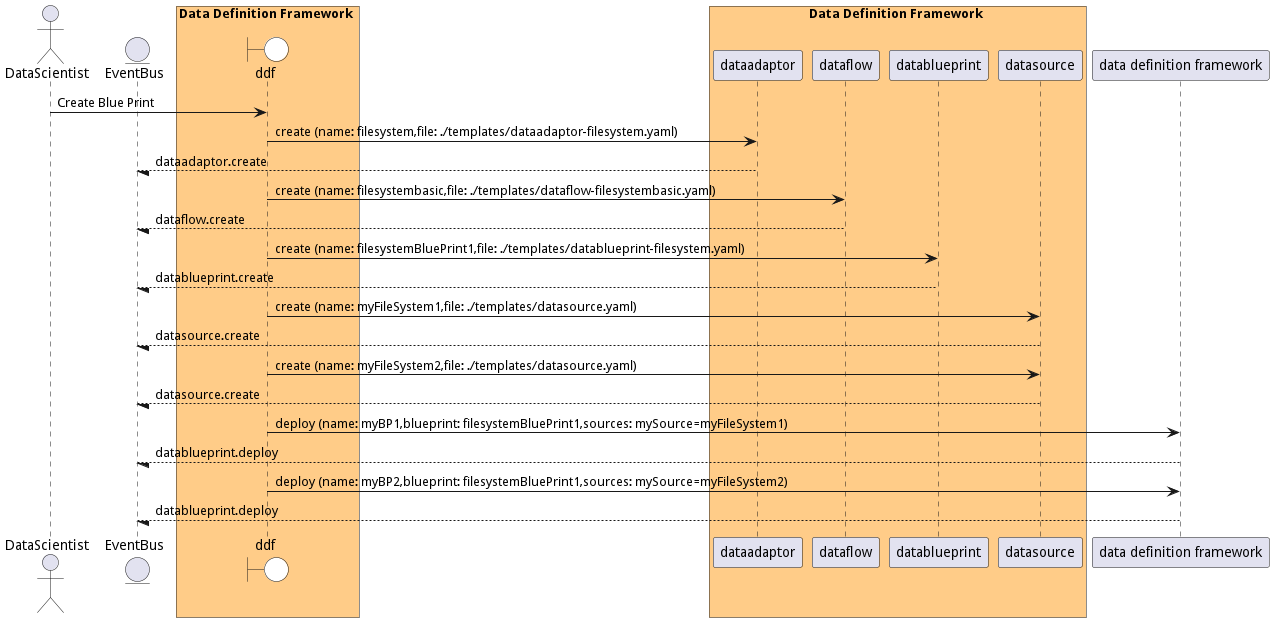
The PlantUML diagram docs/edgemere/diml/ddf/usecases/managedatablueprints/CreateBluePrint.png in madajaju/edgemere, before a commit.
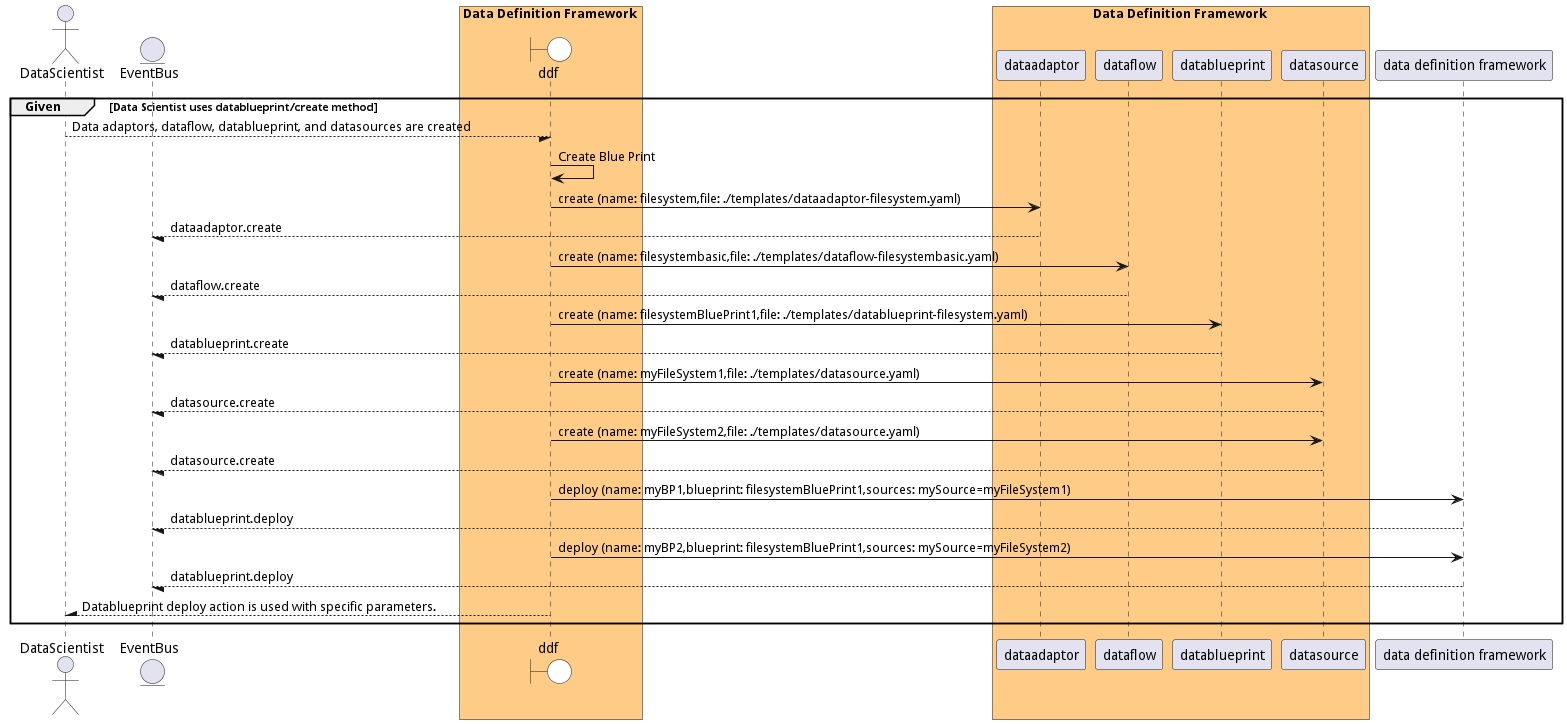
After the change.

Change to the diagram source:
```diff
@@ -1,4 +1,5 @@
 @startuml
+
 
 actor "DataScientist"
 
@@ -17,8 +18,10 @@
             participant datasource
     end box
 
+group Given [Data Scientist uses datablueprint/create method]
 
-"DataScientist" -> ddf: Create Blue Print
+"DataScientist" --/ ddf: Data adaptors, dataflow, datablueprint, and datasources are created
+"ddf" -> ddf: Create Blue Print
 
     ddf -> "dataadaptor": create (name: filesystem,file: ./templates/dataadaptor-filesystem.yaml)
 
@@ -50,4 +53,9 @@
 
 
 
+"DataScientist" /-- ddf: Datablueprint deploy action is used with specific parameters.
+
+
+end
+
 @enduml
```
